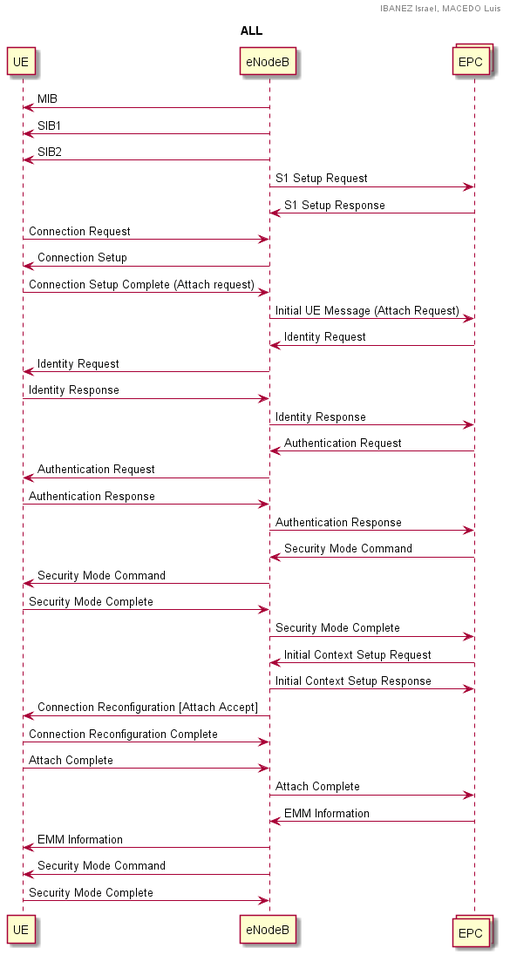
The PlantUML diagram Code/images/result.png in lmacedob/PIR-7, before a commit.
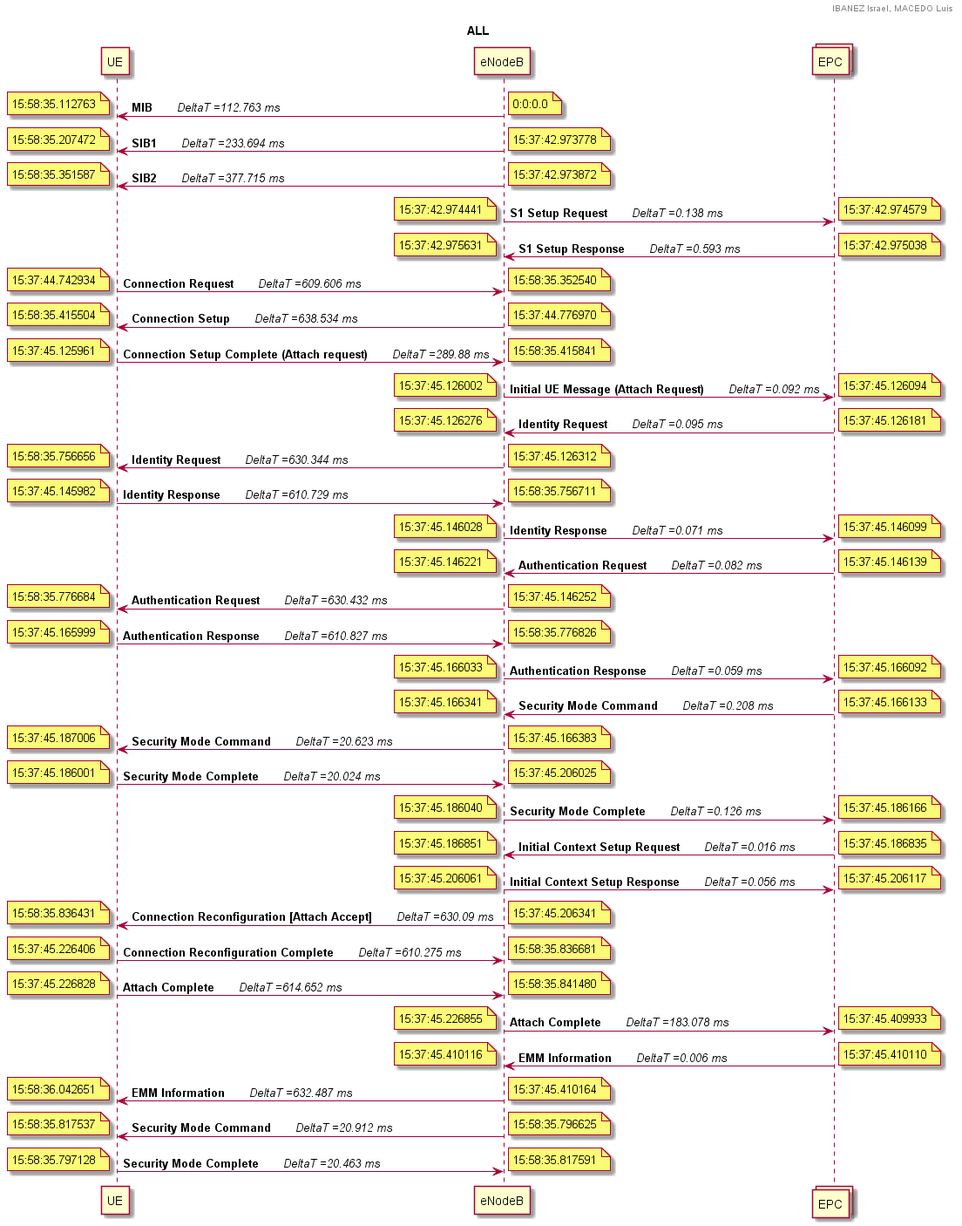
Later version of the same file.

The edit, as a diff of the source:
```diff
@@ -4,35 +4,97 @@
 participant UE
 participant eNodeB
 collections EPC
-eNodeB -> UE: MIB
-eNodeB -> UE: SIB1
-eNodeB -> UE: SIB2
-eNodeB -> EPC: S1 Setup Request
-EPC -> eNodeB: S1 Setup Response
-UE -> eNodeB: Connection Request
-eNodeB -> UE: Connection Setup
-UE -> eNodeB: Connection Setup Complete (Attach request)
-eNodeB -> EPC: Initial UE Message (Attach Request)
-EPC -> eNodeB: Identity Request
-eNodeB -> UE: Identity Request
-UE -> eNodeB: Identity Response
-eNodeB -> EPC: Identity Response
-EPC -> eNodeB: Authentication Request
-eNodeB -> UE: Authentication Request
-UE -> eNodeB: Authentication Response
-eNodeB -> EPC: Authentication Response
-EPC -> eNodeB: Security Mode Command
-eNodeB -> UE: Security Mode Command
-UE -> eNodeB: Security Mode Complete
-eNodeB -> EPC: Security Mode Complete
-EPC -> eNodeB: Initial Context Setup Request
-eNodeB -> EPC: Initial Context Setup Response
-eNodeB -> UE: Connection Reconfiguration [Attach Accept]
-UE -> eNodeB: Connection Reconfiguration Complete
-UE -> eNodeB: Attach Complete
-eNodeB -> EPC: Attach Complete
-EPC -> eNodeB: EMM Information
-eNodeB -> UE: EMM Information
-eNodeB -> UE: Security Mode Command
-UE -> eNodeB: Security Mode Complete
+eNodeB -> UE: **MIB**       //DeltaT =112.763 ms//
+note left: 15:58:35.112763
+note right: 0:0:0.0
+eNodeB -> UE: **SIB1**       //DeltaT =233.694 ms//
+note left: 15:58:35.207472
+note right: 15:37:42.973778
+eNodeB -> UE: **SIB2**       //DeltaT =377.715 ms//
+note left: 15:58:35.351587
+note right: 15:37:42.973872
+eNodeB -> EPC: **S1 Setup Request**       //DeltaT =0.138 ms//
+note left: 15:37:42.974441
+note right: 15:37:42.974579
+EPC -> eNodeB: **S1 Setup Response**       //DeltaT =0.593 ms//
+note left: 15:37:42.975631
+note right: 15:37:42.975038
+UE -> eNodeB: **Connection Request**       //DeltaT =609.606 ms//
+note left: 15:37:44.742934
+note right: 15:58:35.352540
+eNodeB -> UE: **Connection Setup**       //DeltaT =638.534 ms//
+note left: 15:58:35.415504
+note right: 15:37:44.776970
+UE -> eNodeB: **Connection Setup Complete (Attach request)**       //DeltaT =289.88 ms//
+note left: 15:37:45.125961
+note right: 15:58:35.415841
+eNodeB -> EPC: **Initial UE Message (Attach Request)**       //DeltaT =0.092 ms//
+note left: 15:37:45.126002
+note right: 15:37:45.126094
+EPC -> eNodeB: **Identity Request**       //DeltaT =0.095 ms//
+note left: 15:37:45.126276
+note right: 15:37:45.126181
+eNodeB -> UE: **Identity Request**       //DeltaT =630.344 ms//
+note left: 15:58:35.756656
+note right: 15:37:45.126312
+UE -> eNodeB: **Identity Response**       //DeltaT =610.729 ms//
+note left: 15:37:45.145982
+note right: 15:58:35.756711
+eNodeB -> EPC: **Identity Response**       //DeltaT =0.071 ms//
+note left: 15:37:45.146028
+note right: 15:37:45.146099
+EPC -> eNodeB: **Authentication Request**       //DeltaT =0.082 ms//
+note left: 15:37:45.146221
+note right: 15:37:45.146139
+eNodeB -> UE: **Authentication Request**       //DeltaT =630.432 ms//
+note left: 15:58:35.776684
+note right: 15:37:45.146252
+UE -> eNodeB: **Authentication Response**       //DeltaT =610.827 ms//
+note left: 15:37:45.165999
+note right: 15:58:35.776826
+eNodeB -> EPC: **Authentication Response**       //DeltaT =0.059 ms//
+note left: 15:37:45.166033
+note right: 15:37:45.166092
+EPC -> eNodeB: **Security Mode Command**       //DeltaT =0.208 ms//
+note left: 15:37:45.166341
+note right: 15:37:45.166133
+eNodeB -> UE: **Security Mode Command**       //DeltaT =20.623 ms//
+note left: 15:37:45.187006
+note right: 15:37:45.166383
+UE -> eNodeB: **Security Mode Complete**       //DeltaT =20.024 ms//
+note left: 15:37:45.186001
+note right: 15:37:45.206025
+eNodeB -> EPC: **Security Mode Complete**       //DeltaT =0.126 ms//
+note left: 15:37:45.186040
+note right: 15:37:45.186166
+EPC -> eNodeB: **Initial Context Setup Request**       //DeltaT =0.016 ms//
+note left: 15:37:45.186851
+note right: 15:37:45.186835
+eNodeB -> EPC: **Initial Context Setup Response**       //DeltaT =0.056 ms//
+note left: 15:37:45.206061
+note right: 15:37:45.206117
+eNodeB -> UE: **Connection Reconfiguration [Attach Accept]**       //DeltaT =630.09 ms//
+note left: 15:58:35.836431
+note right: 15:37:45.206341
+UE -> eNodeB: **Connection Reconfiguration Complete**       //DeltaT =610.275 ms//
+note left: 15:37:45.226406
+note right: 15:58:35.836681
+UE -> eNodeB: **Attach Complete**       //DeltaT =614.652 ms//
+note left: 15:37:45.226828
+note right: 15:58:35.841480
+eNodeB -> EPC: **Attach Complete**       //DeltaT =183.078 ms//
+note left: 15:37:45.226855
+note right: 15:37:45.409933
+EPC -> eNodeB: **EMM Information**       //DeltaT =0.006 ms//
+note left: 15:37:45.410116
+note right: 15:37:45.410110
+eNodeB -> UE: **EMM Information**       //DeltaT =632.487 ms//
+note left: 15:58:36.042651
+note right: 15:37:45.410164
+eNodeB -> UE: **Security Mode Command**       //DeltaT =20.912 ms//
+note left: 15:58:35.817537
+note right: 15:58:35.796625
+UE -> eNodeB: **Security Mode Complete**       //DeltaT =20.463 ms//
+note left: 15:58:35.797128
+note right: 15:58:35.817591
 @enduml
```
